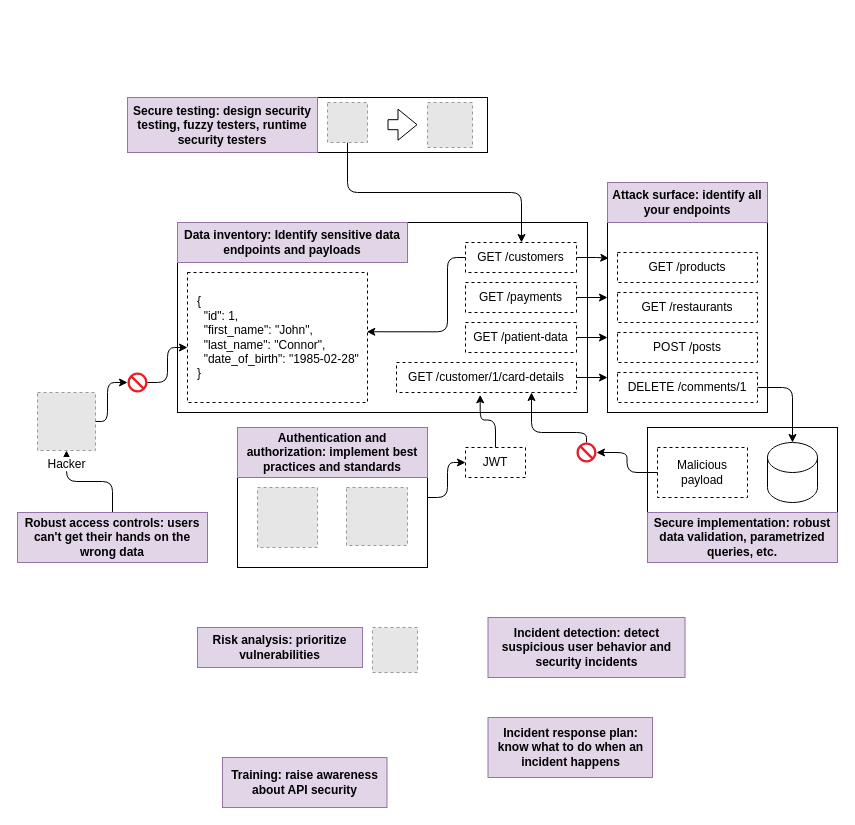
Above: ch02.drawio in abunuwas/api-sec-book-imgs (draw.io), before the change. Source tidied: cells renumbered, new cells numbered last; positions are measured from the earlier drawing's top-left corner, leaving out a move shared by most shapes. Both pictures are drawn from the tidied source at 100%, with x=0, y=0 at pixel (17, 97). Pictures stored in the file or linked from it are replaced by grey dashed boxes.
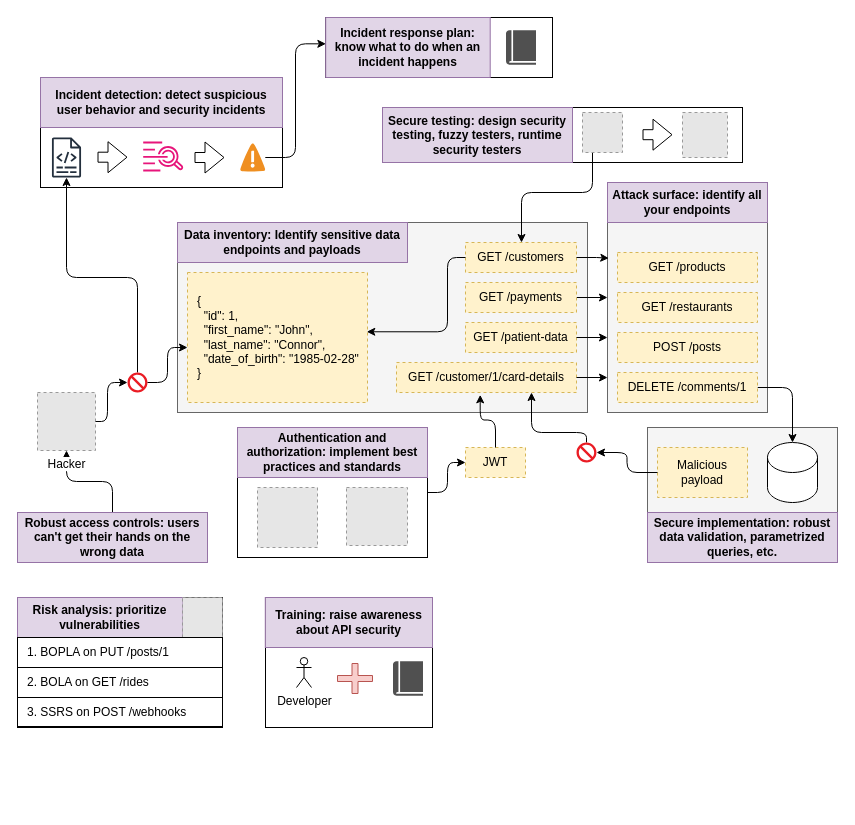
After the change.

Unchanged cells that the change refers to:
```xml
<mxCell id="30" style="sketch=0;shadow=0;dashed=0;html=1;strokeColor=none;labelPosition=center;verticalLabelPosition=bottom;verticalAlign=top;align=center;shape=mxgraph.mscae.enterprise.not_allowed;fillColor=#EA1C24;" parent="1" vertex="1">
  <mxGeometry x="110" y="275" width="20" height="20" as="geometry" />
</mxCell>
```

What changed in the source:
```diff
@@
+    <mxCell id="52" style="rounded=0;whiteSpace=wrap;html=1;" parent="1" vertex="1">
+      <mxGeometry x="248" y="500" width="167" height="130" as="geometry" />
+    </mxCell>
+    <mxCell id="53" style="rounded=0;whiteSpace=wrap;html=1;" parent="1" vertex="1">
+      <mxGeometry x="308" y="-80" width="227" height="60" as="geometry" />
+    </mxCell>
+    <mxCell id="54" style="rounded=0;whiteSpace=wrap;html=1;" parent="1" vertex="1">
+      <mxGeometry x="23" y="-20" width="242" height="110" as="geometry" />
+    </mxCell>
+    <mxCell id="55" style="rounded=0;whiteSpace=wrap;html=1;" parent="1" vertex="1">
+      <mxGeometry y="500" width="205" height="130" as="geometry" />
+    </mxCell>
+    <mxCell id="19" style="rounded=0;whiteSpace=wrap;html=1;fillColor=#f5f5f5;fontColor=#333333;strokeColor=#666666;" parent="1" vertex="1">
+      <mxGeometry x="590" y="85" width="160" height="230" as="geometry" />
+    </mxCell>
     <mxCell id="2" style="rounded=0;whiteSpace=wrap;html=1;" parent="1" vertex="1">
-      <mxGeometry x="110" width="360" height="55" as="geometry" />
+      <mxGeometry x="365" y="10" width="360" height="55" as="geometry" />
     </mxCell>
-    <mxCell id="3" style="rounded=0;whiteSpace=wrap;html=1;" parent="1" vertex="1">
+    <mxCell id="3" style="rounded=0;whiteSpace=wrap;html=1;fillColor=#f5f5f5;fontColor=#333333;strokeColor=#666666;" parent="1" vertex="1">
       <mxGeometry x="630" y="330" width="190" height="135" as="geometry" />
     </mxCell>
-    <mxCell id="4" style="rounded=0;whiteSpace=wrap;html=1;" parent="1" vertex="1">
+    <mxCell id="4" style="rounded=0;whiteSpace=wrap;html=1;fillColor=#f5f5f5;fontColor=#333333;strokeColor=#666666;" parent="1" vertex="1">
       <mxGeometry x="160" y="125" width="410" height="190" as="geometry" />
     </mxCell>
@@
     <mxCell id="6" style="rounded=0;whiteSpace=wrap;html=1;" parent="1" vertex="1">
-      <mxGeometry x="220" y="330" width="190" height="140" as="geometry" />
+      <mxGeometry x="220" y="330" width="190" height="130" as="geometry" />
     </mxCell>
@@
-    <mxCell id="10" value="GET /payments" style="text;html=1;strokeColor=default;fillColor=none;align=center;verticalAlign=middle;whiteSpace=wrap;rounded=0;dashed=1;" parent="1" vertex="1">
+    <mxCell id="10" value="GET /payments" style="text;html=1;strokeColor=#d6b656;fillColor=#fff2cc;align=center;verticalAlign=middle;whiteSpace=wrap;rounded=0;dashed=1;" parent="1" vertex="1">
       <mxGeometry x="448" y="185" width="111" height="30" as="geometry" />
     </mxCell>
-    <mxCell id="11" value="GET /customers" style="text;html=1;strokeColor=default;fillColor=none;align=center;verticalAlign=middle;whiteSpace=wrap;rounded=0;dashed=1;" parent="1" vertex="1">
+    <mxCell id="11" value="GET /customers" style="text;html=1;strokeColor=#d6b656;fillColor=#fff2cc;align=center;verticalAlign=middle;whiteSpace=wrap;rounded=0;dashed=1;" parent="1" vertex="1">
       <mxGeometry x="448" y="145" width="111" height="30" as="geometry" />
     </mxCell>
-    <mxCell id="12" value="GET /patient-data" style="text;html=1;strokeColor=default;fillColor=none;align=center;verticalAlign=middle;whiteSpace=wrap;rounded=0;dashed=1;" parent="1" vertex="1">
+    <mxCell id="12" value="GET /patient-data" style="text;html=1;strokeColor=#d6b656;fillColor=#fff2cc;align=center;verticalAlign=middle;whiteSpace=wrap;rounded=0;dashed=1;" parent="1" vertex="1">
       <mxGeometry x="448" y="225" width="111" height="30" as="geometry" />
     </mxCell>
-    <mxCell id="13" value="GET /customer/1/card-details" style="text;html=1;strokeColor=default;fillColor=none;align=center;verticalAlign=middle;whiteSpace=wrap;rounded=0;dashed=1;" parent="1" vertex="1">
+    <mxCell id="13" value="GET /customer/1/card-details" style="text;html=1;strokeColor=#d6b656;fillColor=#fff2cc;align=center;verticalAlign=middle;whiteSpace=wrap;rounded=0;dashed=1;" parent="1" vertex="1">
       <mxGeometry x="379" y="265" width="180" height="30" as="geometry" />
     </mxCell>
-    <mxCell id="14" value="{&lt;br&gt;&amp;nbsp; &quot;id&quot;: 1,&lt;br&gt;&amp;nbsp; &quot;first_name&quot;: &quot;John&quot;,&lt;br&gt;&amp;nbsp; &quot;last_name&quot;: &quot;Connor&quot;,&lt;br&gt;&amp;nbsp; &quot;date_of_birth&quot;: &quot;1985-02-28&quot;&lt;br&gt;}" style="text;html=1;strokeColor=default;fillColor=none;align=left;verticalAlign=middle;whiteSpace=wrap;rounded=0;dashed=1;spacing=10;" parent="1" vertex="1">
+    <mxCell id="14" value="{&lt;br&gt;&amp;nbsp; &quot;id&quot;: 1,&lt;br&gt;&amp;nbsp; &quot;first_name&quot;: &quot;John&quot;,&lt;br&gt;&amp;nbsp; &quot;last_name&quot;: &quot;Connor&quot;,&lt;br&gt;&amp;nbsp; &quot;date_of_birth&quot;: &quot;1985-02-28&quot;&lt;br&gt;}" style="text;html=1;strokeColor=#d6b656;fillColor=#fff2cc;align=left;verticalAlign=middle;whiteSpace=wrap;rounded=0;dashed=1;spacing=10;" parent="1" vertex="1">
       <mxGeometry x="170" y="175" width="180" height="130" as="geometry" />
     </mxCell>
@@
-    <mxCell id="16" value="GET /products" style="text;html=1;strokeColor=default;fillColor=none;align=center;verticalAlign=middle;whiteSpace=wrap;rounded=0;dashed=1;" parent="1" vertex="1">
+    <mxCell id="16" value="GET /products" style="text;html=1;strokeColor=#d6b656;fillColor=#fff2cc;align=center;verticalAlign=middle;whiteSpace=wrap;rounded=0;dashed=1;" parent="1" vertex="1">
       <mxGeometry x="600" y="155" width="140" height="30" as="geometry" />
     </mxCell>
-    <mxCell id="17" value="GET /restaurants" style="text;html=1;strokeColor=default;fillColor=none;align=center;verticalAlign=middle;whiteSpace=wrap;rounded=0;dashed=1;" parent="1" vertex="1">
+    <mxCell id="17" value="GET /restaurants" style="text;html=1;strokeColor=#d6b656;fillColor=#fff2cc;align=center;verticalAlign=middle;whiteSpace=wrap;rounded=0;dashed=1;" parent="1" vertex="1">
       <mxGeometry x="600" y="195" width="140" height="30" as="geometry" />
     </mxCell>
-    <mxCell id="18" value="POST /posts" style="text;html=1;strokeColor=default;fillColor=none;align=center;verticalAlign=middle;whiteSpace=wrap;rounded=0;dashed=1;" parent="1" vertex="1">
+    <mxCell id="18" value="POST /posts" style="text;html=1;strokeColor=#d6b656;fillColor=#fff2cc;align=center;verticalAlign=middle;whiteSpace=wrap;rounded=0;dashed=1;" parent="1" vertex="1">
       <mxGeometry x="600" y="235" width="140" height="30" as="geometry" />
     </mxCell>
-    <mxCell id="19" style="rounded=0;whiteSpace=wrap;html=1;fillColor=none;" parent="1" vertex="1">
-      <mxGeometry x="590" y="85" width="160" height="230" as="geometry" />
-    </mxCell>
@@
-    <mxCell id="21" value="DELETE /comments/1" style="text;html=1;strokeColor=default;fillColor=none;align=center;verticalAlign=middle;whiteSpace=wrap;rounded=0;dashed=1;" parent="1" vertex="1">
+    <mxCell id="21" value="DELETE /comments/1" style="text;html=1;strokeColor=#d6b656;fillColor=#fff2cc;align=center;verticalAlign=middle;whiteSpace=wrap;rounded=0;dashed=1;" parent="1" vertex="1">
       <mxGeometry x="600" y="275" width="140" height="30" as="geometry" />
     </mxCell>
@@
-    <mxCell id="28" value="JWT" style="text;html=1;strokeColor=default;fillColor=none;align=center;verticalAlign=middle;whiteSpace=wrap;rounded=0;dashed=1;" parent="1" vertex="1">
+    <mxCell id="28" value="JWT" style="text;html=1;strokeColor=#d6b656;fillColor=#fff2cc;align=center;verticalAlign=middle;whiteSpace=wrap;rounded=0;dashed=1;" parent="1" vertex="1">
       <mxGeometry x="448" y="350" width="60" height="30" as="geometry" />
     </mxCell>
@@
+    <mxCell id="56" style="edgeStyle=orthogonalEdgeStyle;rounded=1;jettySize=auto;html=1;curved=0;" parent="1" edge="1" source="30" target="59">
+      <mxGeometry relative="1" as="geometry">
+        <Array as="points">
+          <mxPoint x="120" y="180" />
+          <mxPoint x="49" y="180" />
+        </Array>
+      </mxGeometry>
+    </mxCell>
@@
-    <mxCell id="38" value="Malicious payload" style="text;html=1;strokeColor=default;fillColor=none;align=center;verticalAlign=middle;whiteSpace=wrap;rounded=0;dashed=1;" parent="1" vertex="1">
+    <mxCell id="38" value="Malicious payload" style="text;html=1;strokeColor=#d6b656;fillColor=#fff2cc;align=center;verticalAlign=middle;whiteSpace=wrap;rounded=0;dashed=1;" parent="1" vertex="1">
       <mxGeometry x="640" y="350" width="90" height="50" as="geometry" />
     </mxCell>
@@
     <mxCell id="42" style="fillColor=#E6E6E6;strokeColor=#999999;dashed=1;html=1;verticalAlign=top;verticalLabelPosition=bottom;labelBackgroundColor=#ffffff;" parent="1" vertex="1">
-      <mxGeometry x="410" y="5" width="45" height="45" as="geometry" />
+      <mxGeometry x="665" y="15" width="45" height="45" as="geometry" />
     </mxCell>
     <mxCell id="43" value="Secure testing: design security testing, fuzzy testers, runtime security testers" style="text;html=1;strokeColor=#9673a6;fillColor=#e1d5e7;align=center;verticalAlign=middle;whiteSpace=wrap;rounded=0;fontStyle=1;" parent="1" vertex="1">
-      <mxGeometry x="110" width="190" height="55" as="geometry" />
+      <mxGeometry x="365" y="10" width="190" height="55" as="geometry" />
     </mxCell>
     <mxCell id="44" style="edgeStyle=orthogonalEdgeStyle;rounded=1;jettySize=auto;html=1;curved=0;" parent="1" edge="1" source="45" target="11">
       <mxGeometry relative="1" as="geometry">
         <Array as="points">
-          <mxPoint x="330" y="95" />
+          <mxPoint x="575" y="95" />
           <mxPoint x="504" y="95" />
         </Array>
       </mxGeometry>
     </mxCell>
     <mxCell id="45" style="fillColor=#E6E6E6;strokeColor=#999999;dashed=1;html=1;verticalLabelPosition=bottom;labelBackgroundColor=#ffffff;verticalAlign=top;" parent="1" vertex="1">
-      <mxGeometry x="310" y="5" width="40" height="40" as="geometry" />
+      <mxGeometry x="565" y="15" width="40" height="40" as="geometry" />
     </mxCell>
     <mxCell id="46" style="shape=flexArrow;endArrow=classic;html=1;rounded=0;" parent="1" edge="1">
       <mxGeometry relative="1" as="geometry">
-        <mxPoint x="370" y="27.2" as="sourcePoint" />
-        <mxPoint x="400" y="27.2" as="targetPoint" />
+        <mxPoint x="625" y="37.2" as="sourcePoint" />
+        <mxPoint x="655" y="37.2" as="targetPoint" />
       </mxGeometry>
     </mxCell>
     <mxCell id="47" value="Risk analysis: prioritize vulnerabilities" style="text;html=1;strokeColor=#9673a6;fillColor=#e1d5e7;align=center;verticalAlign=middle;whiteSpace=wrap;rounded=0;fontStyle=1;" parent="1" vertex="1">
-      <mxGeometry x="180" y="530" width="165" height="40" as="geometry" />
+      <mxGeometry y="500" width="165" height="40" as="geometry" />
     </mxCell>
     <mxCell id="48" style="fillColor=#E6E6E6;strokeColor=#999999;dashed=1;html=1;verticalAlign=top;verticalLabelPosition=bottom;labelBackgroundColor=#ffffff;" parent="1" vertex="1">
-      <mxGeometry x="355" y="530" width="45" height="45" as="geometry" />
+      <mxGeometry x="165" y="500" width="40" height="40" as="geometry" />
     </mxCell>
     <mxCell id="49" value="Incident detection: detect suspicious user behavior and security incidents" style="text;html=1;strokeColor=#9673a6;fillColor=#e1d5e7;align=center;verticalAlign=middle;whiteSpace=wrap;rounded=0;fontStyle=1;" parent="1" vertex="1">
-      <mxGeometry x="470.5" y="520" width="197" height="60" as="geometry" />
+      <mxGeometry x="23" y="-20" width="242" height="50" as="geometry" />
     </mxCell>
     <mxCell id="50" value="Incident response plan: know what to do when an incident happens" style="text;html=1;strokeColor=#9673a6;fillColor=#e1d5e7;align=center;verticalAlign=middle;whiteSpace=wrap;rounded=0;fontStyle=1;" parent="1" vertex="1">
-      <mxGeometry x="470.5" y="620" width="164.5" height="60" as="geometry" />
+      <mxGeometry x="308.2" y="-80" width="164.5" height="60" as="geometry" />
     </mxCell>
     <mxCell id="51" value="Training: raise awareness about API security" style="text;html=1;strokeColor=#9673a6;fillColor=#e1d5e7;align=center;verticalAlign=middle;whiteSpace=wrap;rounded=0;fontStyle=1;" parent="1" vertex="1">
-      <mxGeometry x="205" y="660" width="164.5" height="50" as="geometry" />
+      <mxGeometry x="247.8" y="500" width="167.2" height="50" as="geometry" />
     </mxCell>
+    <mxCell id="57" style="sketch=0;shadow=0;dashed=0;html=1;strokeColor=none;fillColor=#505050;labelPosition=center;verticalLabelPosition=bottom;verticalAlign=top;align=center;shape=mxgraph.office.concepts.book_journal;" parent="1" vertex="1">
+      <mxGeometry x="488.5" y="-67.2" width="30" height="34.5" as="geometry" />
+    </mxCell>
+    <mxCell id="58" style="sketch=0;fontColor=#232F3E;gradientColor=none;fillColor=#E7157B;strokeColor=none;dashed=0;verticalLabelPosition=bottom;verticalAlign=top;align=center;html=1;fontSize=12;fontStyle=0;shape=mxgraph.aws4.cloudwatch_logs;" parent="1" vertex="1">
+      <mxGeometry x="125.7" y="44" width="40.3" height="30" as="geometry" />
+    </mxCell>
+    <mxCell id="59" style="sketch=0;outlineConnect=0;fontColor=#232F3E;gradientColor=none;fillColor=#232F3D;strokeColor=none;dashed=0;verticalLabelPosition=bottom;verticalAlign=top;align=center;html=1;fontSize=12;fontStyle=0;shape=mxgraph.aws4.logs;" parent="1" vertex="1">
+      <mxGeometry x="34.4" y="40" width="29.2" height="40" as="geometry" />
+    </mxCell>
+    <mxCell id="60" value="1. BOPLA on PUT /posts/1" style="text;html=1;strokeColor=default;fillColor=none;align=left;verticalAlign=middle;whiteSpace=wrap;rounded=0;spacing=10;" parent="1" vertex="1">
+      <mxGeometry y="540" width="205" height="30" as="geometry" />
+    </mxCell>
+    <mxCell id="61" value="2. BOLA on GET /rides" style="text;html=1;strokeColor=default;fillColor=none;align=left;verticalAlign=middle;whiteSpace=wrap;rounded=0;spacing=10;" parent="1" vertex="1">
+      <mxGeometry y="570" width="205" height="30" as="geometry" />
+    </mxCell>
+    <mxCell id="62" value="3. SSRS on POST /webhooks" style="text;html=1;strokeColor=default;fillColor=none;align=left;verticalAlign=middle;whiteSpace=wrap;rounded=0;spacing=10;" parent="1" vertex="1">
+      <mxGeometry y="600" width="205" height="29" as="geometry" />
+    </mxCell>
+    <mxCell id="63" style="shadow=0;dashed=0;html=1;strokeColor=none;fillColor=#4495D1;labelPosition=center;verticalLabelPosition=bottom;verticalAlign=top;align=center;outlineConnect=0;shape=mxgraph.veeam.2d.alert;" parent="1" vertex="1">
+      <mxGeometry x="222.8" y="45.9" width="25" height="28.2" as="geometry" />
+    </mxCell>
+    <mxCell id="64" style="shape=flexArrow;endArrow=classic;html=1;rounded=0;" parent="1" edge="1">
+      <mxGeometry relative="1" as="geometry">
+        <mxPoint x="80" y="59.7" as="sourcePoint" />
+        <mxPoint x="110" y="59.7" as="targetPoint" />
+      </mxGeometry>
+    </mxCell>
+    <mxCell id="65" style="shape=flexArrow;endArrow=classic;html=1;rounded=0;" parent="1" edge="1">
+      <mxGeometry relative="1" as="geometry">
+        <mxPoint x="177" y="60" as="sourcePoint" />
+        <mxPoint x="207" y="60" as="targetPoint" />
+      </mxGeometry>
+    </mxCell>
+    <mxCell id="66" style="edgeStyle=orthogonalEdgeStyle;rounded=1;jettySize=auto;html=1;entryX=0.001;entryY=0.439;entryDx=0;entryDy=0;entryPerimeter=0;curved=0;" parent="1" edge="1" source="63" target="50">
+      <mxGeometry relative="1" as="geometry" />
+    </mxCell>
+    <mxCell id="67" value="Developer" style="shape=umlActor;verticalLabelPosition=bottom;verticalAlign=top;html=1;" parent="1" vertex="1">
+      <mxGeometry x="279" y="560" width="15" height="30" as="geometry" />
+    </mxCell>
+    <mxCell id="68" style="sketch=0;shadow=0;dashed=0;html=1;strokeColor=none;fillColor=#505050;labelPosition=center;verticalLabelPosition=bottom;verticalAlign=top;align=center;shape=mxgraph.office.concepts.book_journal;" parent="1" vertex="1">
+      <mxGeometry x="375.5" y="563.8" width="30" height="34.5" as="geometry" />
+    </mxCell>
+    <mxCell id="69" style="shape=cross;whiteSpace=wrap;html=1;fillColor=#f8cecc;strokeColor=#b85450;" parent="1" vertex="1">
+      <mxGeometry x="320" y="566" width="35" height="30" as="geometry" />
+    </mxCell>
```
